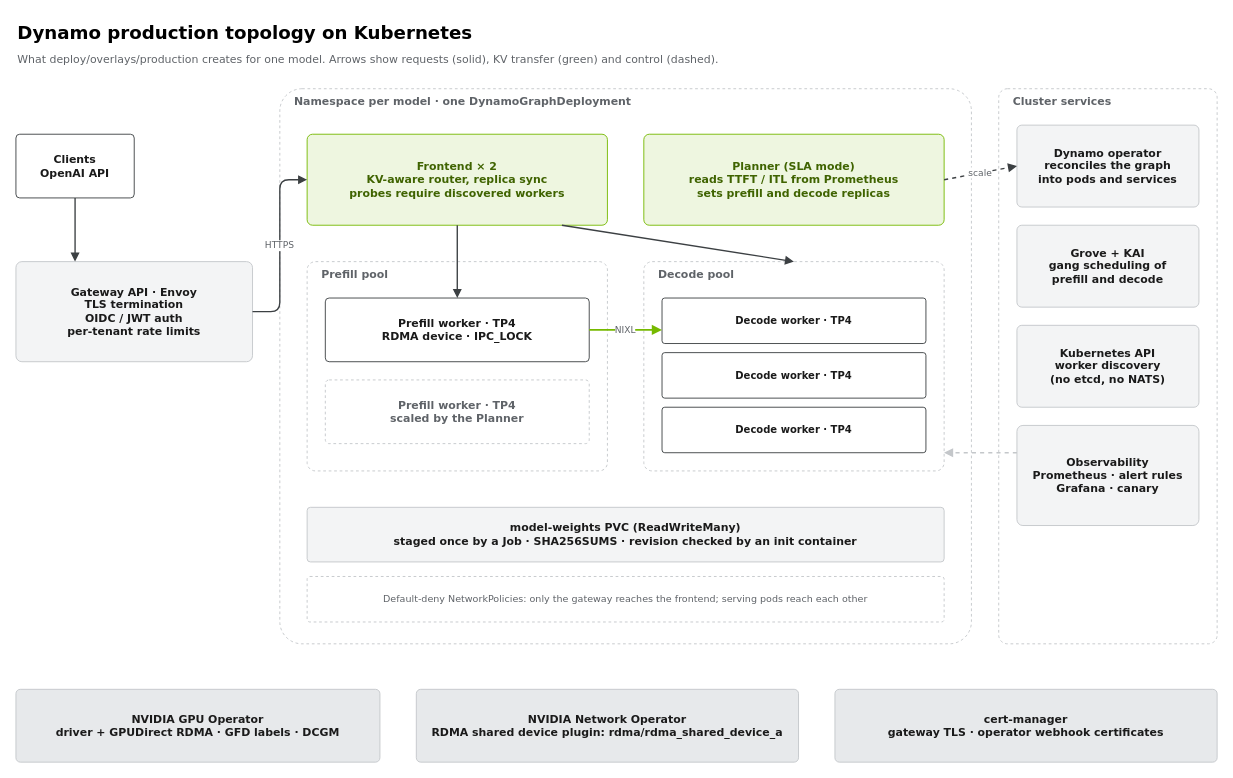
Earlier version of the draw.io diagram assets/diagrams/src/production-topology.drawio (bhajian/disaggregated-serving). Source tidied: cells renumbered, new cells numbered last; positions are measured from the earlier drawing's top-left corner, leaving out a move shared by most shapes. Both pictures are drawn from the tidied source at 91%, with x=0, y=0 at pixel (15, 15).
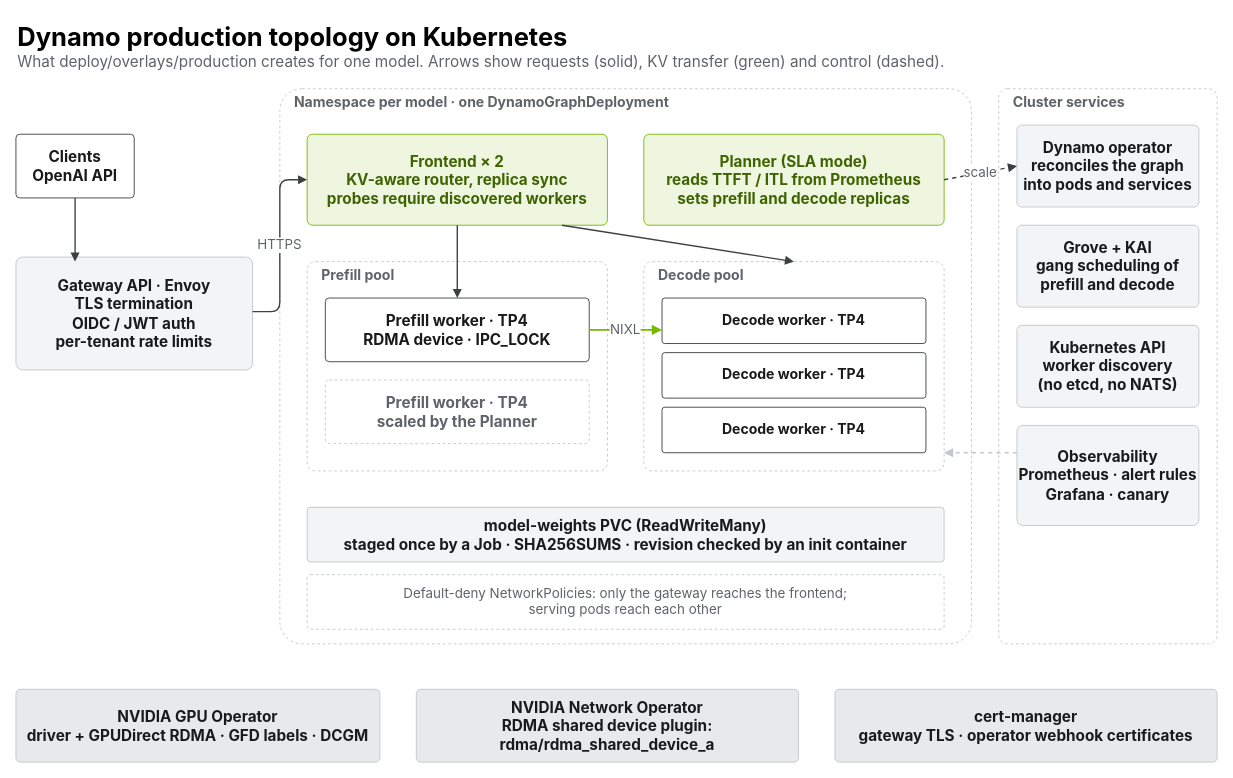
After the change.

What changed in the source:
```diff
@@
-    <mxCell id="2" value="Dynamo production topology on Kubernetes" style="html=1;fontFamily=DejaVu Sans;whiteSpace=wrap;text;fontSize=20;fontStyle=1;align=left;verticalAlign=top;" parent="1" vertex="1">
+    <mxCell id="2" value="Dynamo production topology on Kubernetes" style="html=1;fontFamily=Inter;whiteSpace=wrap;text;fontSize=28.0;fontStyle=1;align=left;verticalAlign=top;" parent="1" vertex="1">
       <mxGeometry width="1320" height="30" as="geometry" />
     </mxCell>
-    <mxCell id="3" value="What deploy/overlays/production creates for one model. Arrows show requests (solid), KV transfer (green) and control (dashed)." style="html=1;fontFamily=DejaVu Sans;whiteSpace=wrap;text;fontSize=12;fontColor=#5F6368;align=left;" parent="1" vertex="1">
+    <mxCell id="3" value="What deploy/overlays/production creates for one model. Arrows show requests (solid), KV transfer (green) and control (dashed)." style="html=1;fontFamily=Inter;whiteSpace=wrap;text;fontSize=16.8;fontColor=#5F6368;align=left;" parent="1" vertex="1">
       <mxGeometry y="34" width="1320" height="24" as="geometry" />
     </mxCell>
-    <mxCell id="4" value="Namespace per model · one DynamoGraphDeployment" style="html=1;fontFamily=DejaVu Sans;whiteSpace=wrap;rounded=1;arcSize=4;fillColor=#FFFFFF;strokeColor=#C4C7CA;dashed=1;verticalAlign=top;align=left;spacingLeft=14;fontStyle=1;fontColor=#5F6368;" parent="1" vertex="1">
+    <mxCell id="4" value="Namespace per model · one DynamoGraphDeployment" style="html=1;fontFamily=Inter;whiteSpace=wrap;rounded=1;arcSize=4;fillColor=#FFFFFF;strokeColor=#C4C7CA;dashed=1;verticalAlign=top;align=left;spacingLeft=14;fontStyle=1;fontSize=15.4;fontColor=#5F6368;" parent="1" vertex="1">
       <mxGeometry x="290" y="80" width="760" height="610" as="geometry" />
     </mxCell>
-    <mxCell id="5" value="Prefill pool" style="html=1;fontFamily=DejaVu Sans;whiteSpace=wrap;rounded=1;arcSize=4;fillColor=#FFFFFF;strokeColor=#C4C7CA;dashed=1;verticalAlign=top;align=left;spacingLeft=14;fontStyle=1;fontColor=#5F6368;" parent="1" vertex="1">
+    <mxCell id="5" value="Prefill pool" style="html=1;fontFamily=Inter;whiteSpace=wrap;rounded=1;arcSize=4;fillColor=#FFFFFF;strokeColor=#C4C7CA;dashed=1;verticalAlign=top;align=left;spacingLeft=14;fontStyle=1;fontSize=15.4;fontColor=#5F6368;" parent="1" vertex="1">
       <mxGeometry x="320" y="270" width="330" height="230" as="geometry" />
     </mxCell>
-    <mxCell id="6" value="Decode pool" style="html=1;fontFamily=DejaVu Sans;whiteSpace=wrap;rounded=1;arcSize=4;fillColor=#FFFFFF;strokeColor=#C4C7CA;dashed=1;verticalAlign=top;align=left;spacingLeft=14;fontStyle=1;fontColor=#5F6368;" parent="1" vertex="1">
+    <mxCell id="6" value="Decode pool" style="html=1;fontFamily=Inter;whiteSpace=wrap;rounded=1;arcSize=4;fillColor=#FFFFFF;strokeColor=#C4C7CA;dashed=1;verticalAlign=top;align=left;spacingLeft=14;fontStyle=1;fontSize=15.4;fontColor=#5F6368;" parent="1" vertex="1">
       <mxGeometry x="690" y="270" width="330" height="230" as="geometry" />
     </mxCell>
-    <mxCell id="7" value="Cluster services" style="html=1;fontFamily=DejaVu Sans;whiteSpace=wrap;rounded=1;arcSize=4;fillColor=#FFFFFF;strokeColor=#C4C7CA;dashed=1;verticalAlign=top;align=left;spacingLeft=14;fontStyle=1;fontColor=#5F6368;" parent="1" vertex="1">
+    <mxCell id="7" value="Cluster services" style="html=1;fontFamily=Inter;whiteSpace=wrap;rounded=1;arcSize=4;fillColor=#FFFFFF;strokeColor=#C4C7CA;dashed=1;verticalAlign=top;align=left;spacingLeft=14;fontStyle=1;fontSize=15.4;fontColor=#5F6368;" parent="1" vertex="1">
       <mxGeometry x="1080" y="80" width="240" height="610" as="geometry" />
     </mxCell>
-    <mxCell id="8" value="Clients&#10;OpenAI API" style="html=1;fontFamily=DejaVu Sans;whiteSpace=wrap;rounded=1;arcSize=6;fillColor=#FFFFFF;strokeColor=#3C4043;fontColor=#1A1A1A;dashed=0;fontSize=12;fontStyle=1;" parent="1" vertex="1">
+    <mxCell id="8" value="Clients&#10;OpenAI API" style="html=1;fontFamily=Inter;whiteSpace=wrap;rounded=1;arcSize=6;fillColor=#FFFFFF;strokeColor=#3C4043;fontColor=#1A1A1A;dashed=0;fontSize=16.8;fontStyle=1;" parent="1" vertex="1">
       <mxGeometry y="130" width="130" height="70" as="geometry" />
     </mxCell>
-    <mxCell id="9" value="Gateway API · Envoy&#10;TLS termination&#10;OIDC / JWT auth&#10;per-tenant rate limits" style="html=1;fontFamily=DejaVu Sans;whiteSpace=wrap;rounded=1;arcSize=6;fillColor=#F3F4F5;strokeColor=#C4C7CA;fontColor=#1A1A1A;dashed=0;fontSize=12;fontStyle=1;" parent="1" vertex="1">
-      <mxGeometry y="270" width="260" height="110" as="geometry" />
+    <mxCell id="9" value="Gateway API · Envoy&#10;TLS termination&#10;OIDC / JWT auth&#10;per-tenant rate limits" style="html=1;fontFamily=Inter;whiteSpace=wrap;rounded=1;arcSize=6;fillColor=#F3F4F5;strokeColor=#C4C7CA;fontColor=#1A1A1A;dashed=0;fontSize=16.8;fontStyle=1;" parent="1" vertex="1">
+      <mxGeometry y="265" width="260" height="124" as="geometry" />
     </mxCell>
-    <mxCell id="10" value="Frontend × 2&#10;KV-aware router, replica sync&#10;probes require discovered workers" style="html=1;fontFamily=DejaVu Sans;whiteSpace=wrap;rounded=1;arcSize=6;fillColor=#EEF6E0;strokeColor=#76B900;fontColor=#3F6300;dashed=0;fontSize=12;fontStyle=1;" parent="1" vertex="1">
+    <mxCell id="10" value="Frontend × 2&#10;KV-aware router, replica sync&#10;probes require discovered workers" style="html=1;fontFamily=Inter;whiteSpace=wrap;rounded=1;arcSize=6;fillColor=#EEF6E0;strokeColor=#76B900;fontColor=#3F6300;dashed=0;fontSize=16.8;fontStyle=1;" parent="1" vertex="1">
       <mxGeometry x="320" y="130" width="330" height="100" as="geometry" />
     </mxCell>
-    <mxCell id="11" value="Planner (SLA mode)&#10;reads TTFT / ITL from Prometheus&#10;sets prefill and decode replicas" style="html=1;fontFamily=DejaVu Sans;whiteSpace=wrap;rounded=1;arcSize=6;fillColor=#EEF6E0;strokeColor=#76B900;fontColor=#3F6300;dashed=0;fontSize=12;fontStyle=1;" parent="1" vertex="1">
+    <mxCell id="11" value="Planner (SLA mode)&#10;reads TTFT / ITL from Prometheus&#10;sets prefill and decode replicas" style="html=1;fontFamily=Inter;whiteSpace=wrap;rounded=1;arcSize=6;fillColor=#EEF6E0;strokeColor=#76B900;fontColor=#3F6300;dashed=0;fontSize=16.8;fontStyle=1;" parent="1" vertex="1">
       <mxGeometry x="690" y="130" width="330" height="100" as="geometry" />
     </mxCell>
-    <mxCell id="12" value="Prefill worker · TP4&#10;RDMA device · IPC_LOCK" style="html=1;fontFamily=DejaVu Sans;whiteSpace=wrap;rounded=1;arcSize=6;fillColor=#FFFFFF;strokeColor=#3C4043;fontColor=#1A1A1A;dashed=0;fontSize=12;fontStyle=1;" parent="1" vertex="1">
+    <mxCell id="12" value="Prefill worker · TP4&#10;RDMA device · IPC_LOCK" style="html=1;fontFamily=Inter;whiteSpace=wrap;rounded=1;arcSize=6;fillColor=#FFFFFF;strokeColor=#3C4043;fontColor=#1A1A1A;dashed=0;fontSize=16.8;fontStyle=1;" parent="1" vertex="1">
       <mxGeometry x="340" y="310" width="290" height="70" as="geometry" />
     </mxCell>
-    <mxCell id="13" value="Prefill worker · TP4&#10;scaled by the Planner" style="html=1;fontFamily=DejaVu Sans;whiteSpace=wrap;rounded=1;arcSize=6;fillColor=#FFFFFF;strokeColor=#C4C7CA;fontColor=#5F6368;dashed=1;fontSize=12;fontStyle=1;" parent="1" vertex="1">
+    <mxCell id="13" value="Prefill worker · TP4&#10;scaled by the Planner" style="html=1;fontFamily=Inter;whiteSpace=wrap;rounded=1;arcSize=6;fillColor=#FFFFFF;strokeColor=#C4C7CA;fontColor=#5F6368;dashed=1;fontSize=16.8;fontStyle=1;" parent="1" vertex="1">
       <mxGeometry x="340" y="400" width="290" height="70" as="geometry" />
     </mxCell>
-    <mxCell id="14" value="Decode worker · TP4" style="html=1;fontFamily=DejaVu Sans;whiteSpace=wrap;rounded=1;arcSize=6;fillColor=#FFFFFF;strokeColor=#3C4043;fontColor=#1A1A1A;dashed=0;fontSize=11;fontStyle=1;" parent="1" vertex="1">
+    <mxCell id="14" value="Decode worker · TP4" style="html=1;fontFamily=Inter;whiteSpace=wrap;rounded=1;arcSize=6;fillColor=#FFFFFF;strokeColor=#3C4043;fontColor=#1A1A1A;dashed=0;fontSize=15.4;fontStyle=1;" parent="1" vertex="1">
       <mxGeometry x="710" y="310" width="290" height="50" as="geometry" />
     </mxCell>
-    <mxCell id="15" value="Decode worker · TP4" style="html=1;fontFamily=DejaVu Sans;whiteSpace=wrap;rounded=1;arcSize=6;fillColor=#FFFFFF;strokeColor=#3C4043;fontColor=#1A1A1A;dashed=0;fontSize=11;fontStyle=1;" parent="1" vertex="1">
+    <mxCell id="15" value="Decode worker · TP4" style="html=1;fontFamily=Inter;whiteSpace=wrap;rounded=1;arcSize=6;fillColor=#FFFFFF;strokeColor=#3C4043;fontColor=#1A1A1A;dashed=0;fontSize=15.4;fontStyle=1;" parent="1" vertex="1">
       <mxGeometry x="710" y="370" width="290" height="50" as="geometry" />
     </mxCell>
-    <mxCell id="16" value="Decode worker · TP4" style="html=1;fontFamily=DejaVu Sans;whiteSpace=wrap;rounded=1;arcSize=6;fillColor=#FFFFFF;strokeColor=#3C4043;fontColor=#1A1A1A;dashed=0;fontSize=11;fontStyle=1;" parent="1" vertex="1">
+    <mxCell id="16" value="Decode worker · TP4" style="html=1;fontFamily=Inter;whiteSpace=wrap;rounded=1;arcSize=6;fillColor=#FFFFFF;strokeColor=#3C4043;fontColor=#1A1A1A;dashed=0;fontSize=15.4;fontStyle=1;" parent="1" vertex="1">
       <mxGeometry x="710" y="430" width="290" height="50" as="geometry" />
     </mxCell>
-    <mxCell id="17" value="model-weights PVC (ReadWriteMany)&#10;staged once by a Job · SHA256SUMS · revision checked by an init container" style="html=1;fontFamily=DejaVu Sans;whiteSpace=wrap;rounded=1;arcSize=6;fillColor=#F3F4F5;strokeColor=#C4C7CA;fontColor=#1A1A1A;dashed=0;fontSize=12;fontStyle=1;" parent="1" vertex="1">
+    <mxCell id="17" value="model-weights PVC (ReadWriteMany)&#10;staged once by a Job · SHA256SUMS · revision checked by an init container" style="html=1;fontFamily=Inter;whiteSpace=wrap;rounded=1;arcSize=6;fillColor=#F3F4F5;strokeColor=#C4C7CA;fontColor=#1A1A1A;dashed=0;fontSize=16.8;fontStyle=1;" parent="1" vertex="1">
       <mxGeometry x="320" y="540" width="700" height="60" as="geometry" />
     </mxCell>
-    <mxCell id="18" value="Default-deny NetworkPolicies: only the gateway reaches the frontend; serving pods reach each other" style="html=1;fontFamily=DejaVu Sans;whiteSpace=wrap;rounded=1;arcSize=6;fillColor=#FFFFFF;strokeColor=#C4C7CA;fontColor=#5F6368;dashed=1;fontSize=10.5;" parent="1" vertex="1">
-      <mxGeometry x="320" y="616" width="700" height="50" as="geometry" />
+    <mxCell id="18" value="Default-deny NetworkPolicies: only the gateway reaches the frontend;&#10;serving pods reach each other" style="html=1;fontFamily=Inter;whiteSpace=wrap;rounded=1;arcSize=6;fillColor=#FFFFFF;strokeColor=#C4C7CA;fontColor=#5F6368;dashed=1;fontSize=14.7;" parent="1" vertex="1">
+      <mxGeometry x="320" y="614" width="700" height="60" as="geometry" />
     </mxCell>
-    <mxCell id="19" value="Dynamo operator&#10;reconciles the graph&#10;into pods and services" style="html=1;fontFamily=DejaVu Sans;whiteSpace=wrap;rounded=1;arcSize=6;fillColor=#F3F4F5;strokeColor=#C4C7CA;fontColor=#1A1A1A;dashed=0;fontSize=12;fontStyle=1;" parent="1" vertex="1">
+    <mxCell id="19" value="Dynamo operator&#10;reconciles the graph&#10;into pods and services" style="html=1;fontFamily=Inter;whiteSpace=wrap;rounded=1;arcSize=6;fillColor=#F3F4F5;strokeColor=#C4C7CA;fontColor=#1A1A1A;dashed=0;fontSize=16.8;fontStyle=1;" parent="1" vertex="1">
       <mxGeometry x="1100" y="120" width="200" height="90" as="geometry" />
     </mxCell>
-    <mxCell id="20" value="Grove + KAI&#10;gang scheduling of&#10;prefill and decode" style="html=1;fontFamily=DejaVu Sans;whiteSpace=wrap;rounded=1;arcSize=6;fillColor=#F3F4F5;strokeColor=#C4C7CA;fontColor=#1A1A1A;dashed=0;fontSize=12;fontStyle=1;" parent="1" vertex="1">
+    <mxCell id="20" value="Grove + KAI&#10;gang scheduling of&#10;prefill and decode" style="html=1;fontFamily=Inter;whiteSpace=wrap;rounded=1;arcSize=6;fillColor=#F3F4F5;strokeColor=#C4C7CA;fontColor=#1A1A1A;dashed=0;fontSize=16.8;fontStyle=1;" parent="1" vertex="1">
       <mxGeometry x="1100" y="230" width="200" height="90" as="geometry" />
     </mxCell>
-    <mxCell id="21" value="Kubernetes API&#10;worker discovery&#10;(no etcd, no NATS)" style="html=1;fontFamily=DejaVu Sans;whiteSpace=wrap;rounded=1;arcSize=6;fillColor=#F3F4F5;strokeColor=#C4C7CA;fontColor=#1A1A1A;dashed=0;fontSize=12;fontStyle=1;" parent="1" vertex="1">
+    <mxCell id="21" value="Kubernetes API&#10;worker discovery&#10;(no etcd, no NATS)" style="html=1;fontFamily=Inter;whiteSpace=wrap;rounded=1;arcSize=6;fillColor=#F3F4F5;strokeColor=#C4C7CA;fontColor=#1A1A1A;dashed=0;fontSize=16.8;fontStyle=1;" parent="1" vertex="1">
       <mxGeometry x="1100" y="340" width="200" height="90" as="geometry" />
     </mxCell>
-    <mxCell id="22" value="Observability&#10;Prometheus · alert rules&#10;Grafana · canary" style="html=1;fontFamily=DejaVu Sans;whiteSpace=wrap;rounded=1;arcSize=6;fillColor=#F3F4F5;strokeColor=#C4C7CA;fontColor=#1A1A1A;dashed=0;fontSize=12;fontStyle=1;" parent="1" vertex="1">
+    <mxCell id="22" value="Observability&#10;Prometheus · alert rules&#10;Grafana · canary" style="html=1;fontFamily=Inter;whiteSpace=wrap;rounded=1;arcSize=6;fillColor=#F3F4F5;strokeColor=#C4C7CA;fontColor=#1A1A1A;dashed=0;fontSize=16.8;fontStyle=1;" parent="1" vertex="1">
       <mxGeometry x="1100" y="450" width="200" height="110" as="geometry" />
     </mxCell>
-    <mxCell id="23" value="NVIDIA GPU Operator&#10;driver + GPUDirect RDMA · GFD labels · DCGM" style="html=1;fontFamily=DejaVu Sans;whiteSpace=wrap;rounded=1;arcSize=6;fillColor=#E7E9EB;strokeColor=#C4C7CA;fontColor=#1A1A1A;dashed=0;fontSize=12;fontStyle=1;" parent="1" vertex="1">
+    <mxCell id="23" value="NVIDIA GPU Operator&#10;driver + GPUDirect RDMA · GFD labels · DCGM" style="html=1;fontFamily=Inter;whiteSpace=wrap;rounded=1;arcSize=6;fillColor=#E7E9EB;strokeColor=#C4C7CA;fontColor=#1A1A1A;dashed=0;fontSize=16.8;fontStyle=1;" parent="1" vertex="1">
       <mxGeometry y="740" width="400" height="80" as="geometry" />
     </mxCell>
-    <mxCell id="24" value="NVIDIA Network Operator&#10;RDMA shared device plugin: rdma/rdma_shared_device_a" style="html=1;fontFamily=DejaVu Sans;whiteSpace=wrap;rounded=1;arcSize=6;fillColor=#E7E9EB;strokeColor=#C4C7CA;fontColor=#1A1A1A;dashed=0;fontSize=12;fontStyle=1;" parent="1" vertex="1">
+    <mxCell id="24" value="NVIDIA Network Operator&#10;RDMA shared device plugin: rdma/rdma_shared_device_a" style="html=1;fontFamily=Inter;whiteSpace=wrap;rounded=1;arcSize=6;fillColor=#E7E9EB;strokeColor=#C4C7CA;fontColor=#1A1A1A;dashed=0;fontSize=16.8;fontStyle=1;" parent="1" vertex="1">
       <mxGeometry x="440" y="740" width="420" height="80" as="geometry" />
     </mxCell>
-    <mxCell id="25" value="cert-manager&#10;gateway TLS · operator webhook certificates" style="html=1;fontFamily=DejaVu Sans;whiteSpace=wrap;rounded=1;arcSize=6;fillColor=#E7E9EB;strokeColor=#C4C7CA;fontColor=#1A1A1A;dashed=0;fontSize=12;fontStyle=1;" parent="1" vertex="1">
+    <mxCell id="25" value="cert-manager&#10;gateway TLS · operator webhook certificates" style="html=1;fontFamily=Inter;whiteSpace=wrap;rounded=1;arcSize=6;fillColor=#E7E9EB;strokeColor=#C4C7CA;fontColor=#1A1A1A;dashed=0;fontSize=16.8;fontStyle=1;" parent="1" vertex="1">
       <mxGeometry x="900" y="740" width="420" height="80" as="geometry" />
     </mxCell>
-    <mxCell id="26" style="html=1;fontFamily=DejaVu Sans;whiteSpace=wrap;endArrow=block;endFill=1;strokeColor=#3C4043;strokeWidth=1.5;dashed=0;fontColor=#5F6368;fontSize=10;" parent="1" edge="1">
+    <mxCell id="26" style="html=1;fontFamily=Inter;whiteSpace=wrap;endArrow=block;endFill=1;strokeColor=#3C4043;strokeWidth=1.5;dashed=0;fontColor=#5F6368;fontSize=14.7;" parent="1" edge="1">
       <mxGeometry relative="1" as="geometry">
         <mxPoint x="65" y="200" as="sourcePoint" />
         <mxPoint x="65" y="270" as="targetPoint" />
       </mxGeometry>
     </mxCell>
-    <mxCell id="27" value="HTTPS" style="html=1;fontFamily=DejaVu Sans;whiteSpace=wrap;endArrow=block;endFill=1;strokeColor=#3C4043;strokeWidth=1.5;dashed=0;fontColor=#5F6368;fontSize=10;" parent="1" edge="1">
+    <mxCell id="27" value="HTTPS" style="html=1;fontFamily=Inter;whiteSpace=wrap;endArrow=block;endFill=1;strokeColor=#3C4043;strokeWidth=1.5;dashed=0;fontColor=#5F6368;fontSize=14.7;" parent="1" edge="1">
       <mxGeometry relative="1" as="geometry">
         <mxPoint x="260" y="325" as="sourcePoint" />
         <mxPoint x="320" y="180" as="targetPoint" />
         <Array as="points">
           <mxPoint x="290" y="325" />
           <mxPoint x="290" y="180" />
         </Array>
       </mxGeometry>
     </mxCell>
-    <mxCell id="28" style="html=1;fontFamily=DejaVu Sans;whiteSpace=wrap;endArrow=block;endFill=1;strokeColor=#3C4043;strokeWidth=1.5;dashed=0;fontColor=#5F6368;fontSize=10;" parent="1" edge="1">
+    <mxCell id="28" style="html=1;fontFamily=Inter;whiteSpace=wrap;endArrow=block;endFill=1;strokeColor=#3C4043;strokeWidth=1.5;dashed=0;fontColor=#5F6368;fontSize=14.7;" parent="1" edge="1">
       <mxGeometry relative="1" as="geometry">
         <mxPoint x="485" y="230" as="sourcePoint" />
         <mxPoint x="485" y="310" as="targetPoint" />
       </mxGeometry>
     </mxCell>
-    <mxCell id="29" style="html=1;fontFamily=DejaVu Sans;whiteSpace=wrap;endArrow=block;endFill=1;strokeColor=#3C4043;strokeWidth=1.5;dashed=0;fontColor=#5F6368;fontSize=10;" parent="1" edge="1">
+    <mxCell id="29" style="html=1;fontFamily=Inter;whiteSpace=wrap;endArrow=block;endFill=1;strokeColor=#3C4043;strokeWidth=1.5;dashed=0;fontColor=#5F6368;fontSize=14.7;" parent="1" edge="1">
       <mxGeometry relative="1" as="geometry">
         <mxPoint x="600" y="230" as="sourcePoint" />
         <mxPoint x="855" y="270" as="targetPoint" />
       </mxGeometry>
     </mxCell>
-    <mxCell id="30" value="NIXL" style="html=1;fontFamily=DejaVu Sans;whiteSpace=wrap;endArrow=block;endFill=1;strokeColor=#76B900;strokeWidth=2;dashed=0;fontColor=#5F6368;fontSize=10;" parent="1" edge="1">
+    <mxCell id="30" value="NIXL" style="html=1;fontFamily=Inter;whiteSpace=wrap;endArrow=block;endFill=1;strokeColor=#76B900;strokeWidth=2;dashed=0;fontColor=#5F6368;fontSize=14.7;" parent="1" edge="1">
       <mxGeometry relative="1" as="geometry">
         <mxPoint x="630" y="345" as="sourcePoint" />
         <mxPoint x="710" y="345" as="targetPoint" />
       </mxGeometry>
     </mxCell>
-    <mxCell id="31" value="scale" style="html=1;fontFamily=DejaVu Sans;whiteSpace=wrap;endArrow=block;endFill=1;strokeColor=#3C4043;strokeWidth=1.5;dashed=1;fontColor=#5F6368;fontSize=10;" parent="1" edge="1">
+    <mxCell id="31" value="scale" style="html=1;fontFamily=Inter;whiteSpace=wrap;endArrow=block;endFill=1;strokeColor=#3C4043;strokeWidth=1.5;dashed=1;fontColor=#5F6368;fontSize=14.7;" parent="1" edge="1">
       <mxGeometry relative="1" as="geometry">
         <mxPoint x="1020" y="180" as="sourcePoint" />
         <mxPoint x="1100" y="165" as="targetPoint" />
       </mxGeometry>
     </mxCell>
-    <mxCell id="32" style="html=1;fontFamily=DejaVu Sans;whiteSpace=wrap;endArrow=block;endFill=1;strokeColor=#C4C7CA;strokeWidth=1.5;dashed=1;fontColor=#5F6368;fontSize=10;" parent="1" edge="1">
+    <mxCell id="32" style="html=1;fontFamily=Inter;whiteSpace=wrap;endArrow=block;endFill=1;strokeColor=#C4C7CA;strokeWidth=1.5;dashed=1;fontColor=#5F6368;fontSize=14.7;" parent="1" edge="1">
       <mxGeometry relative="1" as="geometry">
         <mxPoint x="1100" y="480" as="sourcePoint" />
         <mxPoint x="1020" y="480" as="targetPoint" />
       </mxGeometry>
     </mxCell>
```
